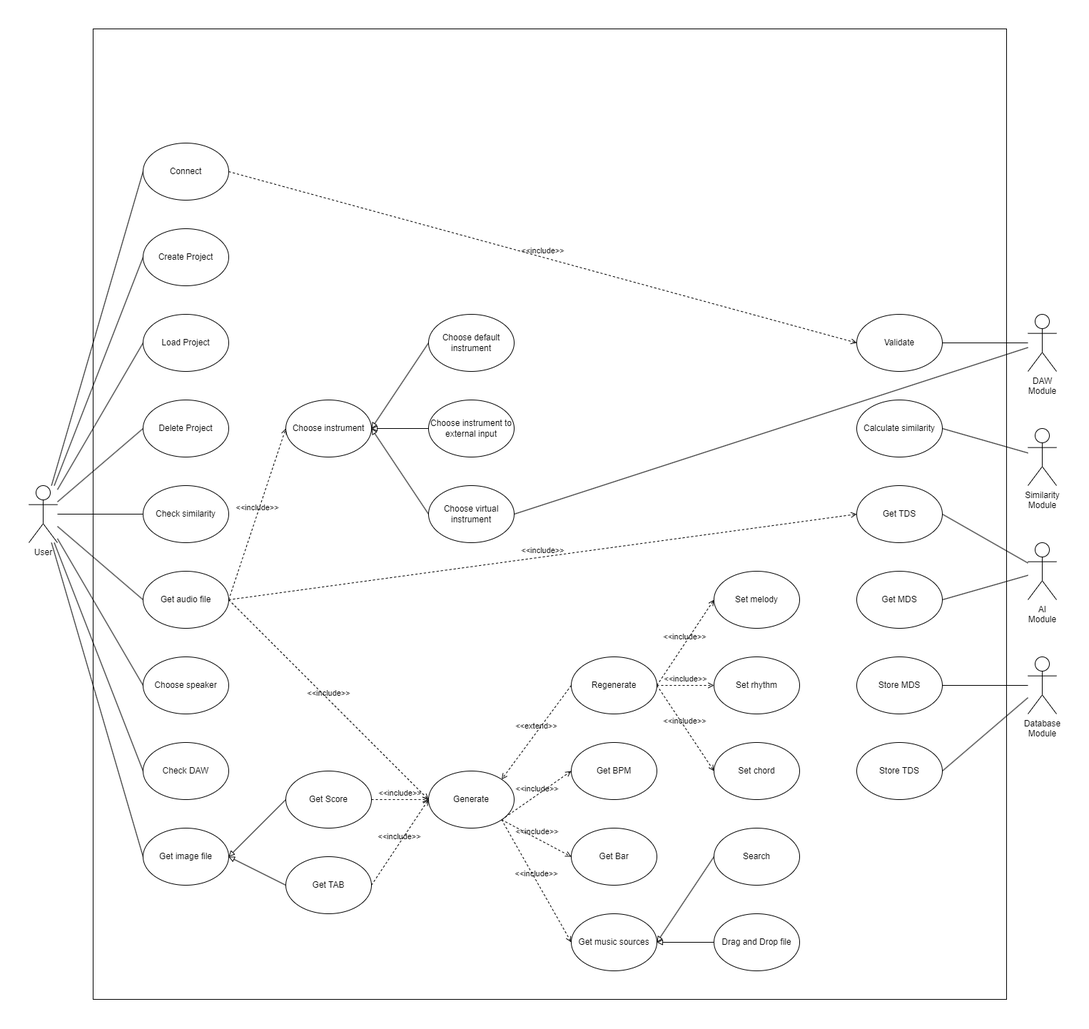
The draw.io diagram UsecaseDiagram.png in yuz95a/yuz95a.github.io, before a commit. Source tidied: cells renumbered, new cells last; positions are measured from the earlier drawing's top-left corner, leaving out a move shared by most shapes.
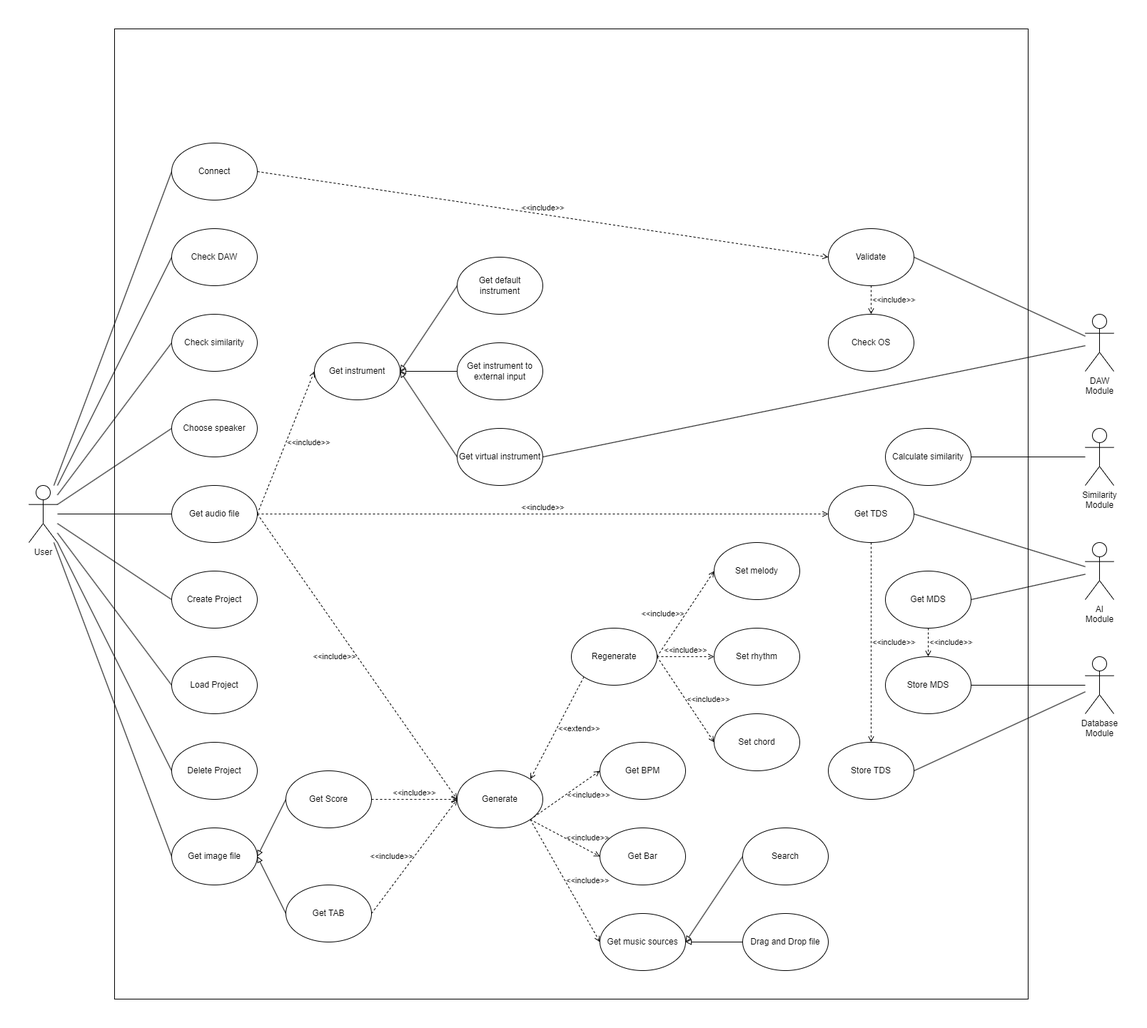
The same diagram one commit later.

What changed in the source:
```diff
@@ -5,6 +5,6 @@
     <mxCell id="2" value="User" style="shape=umlActor;verticalLabelPosition=bottom;verticalAlign=top;html=1;outlineConnect=0;" parent="1" vertex="1">
-      <mxGeometry y="640" width="40" height="80" as="geometry" />
+      <mxGeometry x="-40" y="640" width="40" height="80" as="geometry" />
     </mxCell>
     <mxCell id="3" style="rounded=0;whiteSpace=wrap;html=1;fillColor=none;" parent="1" vertex="1">
-      <mxGeometry x="90" width="1280" height="1360" as="geometry" />
+      <mxGeometry x="80" width="1280" height="1360" as="geometry" />
     </mxCell>
@@ -13,4 +13,7 @@
     </mxCell>
+    <mxCell id="75" value="&amp;lt;&amp;lt;include&amp;gt;&amp;gt;" style="rounded=0;jettySize=auto;html=1;exitX=0.5;exitY=1;exitDx=0;exitDy=0;entryX=0.5;entryY=0;entryDx=0;entryDy=0;endArrow=open;endFill=0;dashed=1;labelBackgroundColor=none;verticalAlign=middle;labelPosition=right;verticalLabelPosition=middle;align=left;" parent="1" edge="1" source="5" target="78">
+      <mxGeometry relative="1" as="geometry" />
+    </mxCell>
     <mxCell id="5" value="Validate" style="ellipse;whiteSpace=wrap;html=1;" parent="1" vertex="1">
-      <mxGeometry x="1160" y="400" width="120" height="80" as="geometry" />
+      <mxGeometry x="1080" y="280" width="120" height="80" as="geometry" />
     </mxCell>
@@ -20,3 +23,3 @@
     <mxCell id="7" value="Calculate similarity" style="ellipse;whiteSpace=wrap;html=1;" parent="1" vertex="1">
-      <mxGeometry x="1160" y="520" width="120" height="80" as="geometry" />
+      <mxGeometry x="1160" y="560" width="120" height="80" as="geometry" />
     </mxCell>
@@ -26,3 +29,3 @@
     <mxCell id="9" value="Create Project" style="ellipse;whiteSpace=wrap;html=1;" parent="1" vertex="1">
-      <mxGeometry x="160" y="280" width="120" height="80" as="geometry" />
+      <mxGeometry x="160" y="760" width="120" height="80" as="geometry" />
     </mxCell>
@@ -32,11 +35,11 @@
     <mxCell id="11" value="Load Project" style="ellipse;whiteSpace=wrap;html=1;" parent="1" vertex="1">
-      <mxGeometry x="160" y="400" width="120" height="80" as="geometry" />
+      <mxGeometry x="160" y="880" width="120" height="80" as="geometry" />
     </mxCell>
-    <mxCell id="12" value="&amp;lt;&amp;lt;include&amp;gt;&amp;gt;" style="rounded=0;jettySize=auto;html=1;exitX=1;exitY=1;exitDx=0;exitDy=0;entryX=0;entryY=0.5;entryDx=0;entryDy=0;dashed=1;endArrow=open;endFill=0;labelBackgroundColor=none;verticalAlign=bottom;" parent="1" edge="1" source="15" target="21">
+    <mxCell id="12" value="&amp;lt;&amp;lt;include&amp;gt;&amp;gt;" style="rounded=0;jettySize=auto;html=1;exitX=1;exitY=1;exitDx=0;exitDy=0;entryX=0;entryY=0.5;entryDx=0;entryDy=0;dashed=1;endArrow=open;endFill=0;labelBackgroundColor=none;verticalAlign=middle;labelPosition=right;verticalLabelPosition=middle;align=left;" parent="1" edge="1" source="15" target="21">
       <mxGeometry relative="1" as="geometry" />
     </mxCell>
-    <mxCell id="13" value="&amp;lt;&amp;lt;include&amp;gt;&amp;gt;" style="rounded=0;jettySize=auto;html=1;exitX=1;exitY=1;exitDx=0;exitDy=0;entryX=0;entryY=0.5;entryDx=0;entryDy=0;dashed=1;endArrow=open;endFill=0;labelBackgroundColor=none;verticalAlign=bottom;" parent="1" edge="1" source="15" target="51">
+    <mxCell id="13" value="&amp;lt;&amp;lt;include&amp;gt;&amp;gt;" style="rounded=0;jettySize=auto;html=1;exitX=1;exitY=1;exitDx=0;exitDy=0;entryX=0;entryY=0.5;entryDx=0;entryDy=0;dashed=1;endArrow=open;endFill=0;labelBackgroundColor=none;verticalAlign=middle;labelPosition=right;verticalLabelPosition=middle;align=left;" parent="1" edge="1" source="15" target="51">
       <mxGeometry relative="1" as="geometry" />
     </mxCell>
-    <mxCell id="14" value="&amp;lt;&amp;lt;include&amp;gt;&amp;gt;" style="rounded=0;jettySize=auto;html=1;exitX=1;exitY=1;exitDx=0;exitDy=0;entryX=0;entryY=0.5;entryDx=0;entryDy=0;dashed=1;endArrow=open;endFill=0;labelBackgroundColor=none;verticalAlign=bottom;" parent="1" edge="1" source="15" target="52">
+    <mxCell id="14" value="&amp;lt;&amp;lt;include&amp;gt;&amp;gt;" style="rounded=0;jettySize=auto;html=1;exitX=1;exitY=1;exitDx=0;exitDy=0;entryX=0;entryY=0.5;entryDx=0;entryDy=0;dashed=1;endArrow=open;endFill=0;labelBackgroundColor=none;verticalAlign=middle;labelPosition=right;verticalLabelPosition=middle;align=left;" parent="1" edge="1" source="15" target="52">
       <mxGeometry relative="1" as="geometry" />
@@ -46,6 +49,6 @@
     </mxCell>
-    <mxCell id="16" value="&amp;lt;&amp;lt;extend&amp;gt;&amp;gt;" style="rounded=0;jettySize=auto;html=1;exitX=0;exitY=0.5;exitDx=0;exitDy=0;entryX=1;entryY=0;entryDx=0;entryDy=0;dashed=1;endArrow=open;endFill=0;labelBackgroundColor=none;verticalAlign=bottom;" parent="1" edge="1" source="20" target="15">
+    <mxCell id="16" value="&amp;lt;&amp;lt;extend&amp;gt;&amp;gt;" style="rounded=0;jettySize=auto;html=1;exitX=0;exitY=1;exitDx=0;exitDy=0;entryX=1;entryY=0;entryDx=0;entryDy=0;dashed=1;endArrow=open;endFill=0;labelBackgroundColor=none;verticalAlign=middle;labelPosition=right;verticalLabelPosition=middle;align=left;" parent="1" edge="1" source="20" target="15">
       <mxGeometry relative="1" as="geometry" />
     </mxCell>
-    <mxCell id="17" value="&amp;lt;&amp;lt;include&amp;gt;&amp;gt;" style="rounded=0;jettySize=auto;html=1;exitX=1;exitY=0.5;exitDx=0;exitDy=0;entryX=0;entryY=0.5;entryDx=0;entryDy=0;verticalAlign=bottom;labelBackgroundColor=none;endArrow=open;endFill=0;dashed=1;" parent="1" edge="1" source="20" target="43">
+    <mxCell id="17" value="&amp;lt;&amp;lt;include&amp;gt;&amp;gt;" style="rounded=0;jettySize=auto;html=1;exitX=1;exitY=0.5;exitDx=0;exitDy=0;entryX=0;entryY=0.5;entryDx=0;entryDy=0;verticalAlign=middle;labelBackgroundColor=none;endArrow=open;endFill=0;dashed=1;labelPosition=right;verticalLabelPosition=middle;align=left;" parent="1" edge="1" source="20" target="43">
       <mxGeometry relative="1" as="geometry" />
@@ -55,3 +58,3 @@
     </mxCell>
-    <mxCell id="19" value="&amp;lt;&amp;lt;include&amp;gt;&amp;gt;" style="rounded=0;jettySize=auto;html=1;exitX=1;exitY=0.5;exitDx=0;exitDy=0;entryX=0;entryY=0.5;entryDx=0;entryDy=0;verticalAlign=bottom;labelBackgroundColor=none;endArrow=open;endFill=0;dashed=1;" parent="1" edge="1" source="20" target="42">
+    <mxCell id="19" value="&amp;lt;&amp;lt;include&amp;gt;&amp;gt;" style="rounded=0;jettySize=auto;html=1;exitX=1;exitY=0.5;exitDx=0;exitDy=0;entryX=0;entryY=0.5;entryDx=0;entryDy=0;verticalAlign=middle;labelBackgroundColor=none;endArrow=open;endFill=0;dashed=1;labelPosition=left;verticalLabelPosition=middle;align=right;" parent="1" edge="1" source="20" target="42">
       <mxGeometry relative="1" as="geometry" />
@@ -59,3 +62,3 @@
     <mxCell id="20" value="Regenerate" style="ellipse;whiteSpace=wrap;html=1;" parent="1" vertex="1">
-      <mxGeometry x="760" y="880" width="120" height="80" as="geometry" />
+      <mxGeometry x="720" y="840" width="120" height="80" as="geometry" />
     </mxCell>
@@ -64,4 +67,4 @@
     </mxCell>
-    <mxCell id="22" value="Choose instrument" style="ellipse;whiteSpace=wrap;html=1;" parent="1" vertex="1">
-      <mxGeometry x="360" y="520" width="120" height="80" as="geometry" />
+    <mxCell id="22" value="Get instrument" style="ellipse;whiteSpace=wrap;html=1;" parent="1" vertex="1">
+      <mxGeometry x="360" y="440" width="120" height="80" as="geometry" />
     </mxCell>
@@ -73,4 +76,4 @@
     </mxCell>
-    <mxCell id="25" value="Choose virtual instrument" style="ellipse;whiteSpace=wrap;html=1;" parent="1" vertex="1">
-      <mxGeometry x="560" y="640" width="120" height="80" as="geometry" />
+    <mxCell id="25" value="Get virtual instrument" style="ellipse;whiteSpace=wrap;html=1;" parent="1" vertex="1">
+      <mxGeometry x="560" y="560" width="120" height="80" as="geometry" />
     </mxCell>
@@ -79,4 +82,4 @@
     </mxCell>
-    <mxCell id="27" value="Choose default instrument" style="ellipse;whiteSpace=wrap;html=1;" parent="1" vertex="1">
-      <mxGeometry x="560" y="400" width="120" height="80" as="geometry" />
+    <mxCell id="27" value="Get default instrument" style="ellipse;whiteSpace=wrap;html=1;" parent="1" vertex="1">
+      <mxGeometry x="560" y="320" width="120" height="80" as="geometry" />
     </mxCell>
@@ -85,4 +88,4 @@
     </mxCell>
-    <mxCell id="29" value="Choose instrument to external input" style="ellipse;whiteSpace=wrap;html=1;" parent="1" vertex="1">
-      <mxGeometry x="560" y="520" width="120" height="80" as="geometry" />
+    <mxCell id="29" value="Get instrument to external input" style="ellipse;whiteSpace=wrap;html=1;" parent="1" vertex="1">
+      <mxGeometry x="560" y="440" width="120" height="80" as="geometry" />
     </mxCell>
@@ -97,3 +100,3 @@
     </mxCell>
-    <mxCell id="33" value="&amp;lt;&amp;lt;include&amp;gt;&amp;gt;" style="rounded=0;jettySize=auto;html=1;exitX=1;exitY=0.5;exitDx=0;exitDy=0;entryX=0;entryY=0.5;entryDx=0;entryDy=0;dashed=1;endArrow=open;endFill=0;labelBackgroundColor=none;verticalAlign=bottom;" parent="1" edge="1" source="34" target="15">
+    <mxCell id="33" value="&amp;lt;&amp;lt;include&amp;gt;&amp;gt;" style="rounded=0;jettySize=auto;html=1;exitX=1;exitY=0.5;exitDx=0;exitDy=0;entryX=0;entryY=0.5;entryDx=0;entryDy=0;dashed=1;endArrow=open;endFill=0;labelBackgroundColor=none;verticalAlign=middle;labelPosition=left;verticalLabelPosition=middle;align=right;" parent="1" edge="1" source="34" target="15">
       <mxGeometry relative="1" as="geometry" />
@@ -101,3 +104,3 @@
     <mxCell id="34" value="Get TAB" style="ellipse;whiteSpace=wrap;html=1;" parent="1" vertex="1">
-      <mxGeometry x="360" y="1160" width="120" height="80" as="geometry" />
+      <mxGeometry x="320" y="1200" width="120" height="80" as="geometry" />
     </mxCell>
@@ -110,3 +113,3 @@
     <mxCell id="37" value="Get Score" style="ellipse;whiteSpace=wrap;html=1;" parent="1" vertex="1">
-      <mxGeometry x="360" y="1040" width="120" height="80" as="geometry" />
+      <mxGeometry x="320" y="1040" width="120" height="80" as="geometry" />
     </mxCell>
@@ -122,9 +125,9 @@
     <mxCell id="41" value="Set rhythm" style="ellipse;whiteSpace=wrap;html=1;" parent="1" vertex="1">
-      <mxGeometry x="960" y="880" width="120" height="80" as="geometry" />
+      <mxGeometry x="920" y="840" width="120" height="80" as="geometry" />
     </mxCell>
     <mxCell id="42" value="Set melody" style="ellipse;whiteSpace=wrap;html=1;" parent="1" vertex="1">
-      <mxGeometry x="960" y="760" width="120" height="80" as="geometry" />
+      <mxGeometry x="920" y="720" width="120" height="80" as="geometry" />
     </mxCell>
     <mxCell id="43" value="Set chord" style="ellipse;whiteSpace=wrap;html=1;" parent="1" vertex="1">
-      <mxGeometry x="960" y="1000" width="120" height="80" as="geometry" />
+      <mxGeometry x="920" y="960" width="120" height="80" as="geometry" />
     </mxCell>
@@ -133,3 +136,3 @@
     </mxCell>
-    <mxCell id="45" value="&amp;lt;&amp;lt;include&amp;gt;&amp;gt;" style="rounded=0;jettySize=auto;html=1;exitX=1;exitY=0.5;exitDx=0;exitDy=0;entryX=0;entryY=0.5;entryDx=0;entryDy=0;endArrow=open;endFill=0;dashed=1;verticalAlign=bottom;labelBackgroundColor=none;" parent="1" edge="1" source="48" target="22">
+    <mxCell id="45" value="&amp;lt;&amp;lt;include&amp;gt;&amp;gt;" style="rounded=0;jettySize=auto;html=1;exitX=1;exitY=0.5;exitDx=0;exitDy=0;entryX=0;entryY=0.5;entryDx=0;entryDy=0;endArrow=open;endFill=0;dashed=1;verticalAlign=middle;labelBackgroundColor=none;labelPosition=right;verticalLabelPosition=middle;align=left;" parent="1" edge="1" source="48" target="22">
       <mxGeometry relative="1" as="geometry" />
@@ -139,3 +142,3 @@
     </mxCell>
-    <mxCell id="47" value="&amp;lt;&amp;lt;include&amp;gt;&amp;gt;" style="rounded=0;jettySize=auto;html=1;exitX=1;exitY=0.5;exitDx=0;exitDy=0;entryX=0;entryY=0.5;entryDx=0;entryDy=0;dashed=1;endArrow=open;endFill=0;labelBackgroundColor=none;verticalAlign=bottom;" parent="1" edge="1" source="48" target="15">
+    <mxCell id="47" value="&amp;lt;&amp;lt;include&amp;gt;&amp;gt;" style="rounded=0;jettySize=auto;html=1;exitX=1;exitY=0.5;exitDx=0;exitDy=0;entryX=0;entryY=0.5;entryDx=0;entryDy=0;dashed=1;endArrow=open;endFill=0;labelBackgroundColor=none;verticalAlign=middle;labelPosition=left;verticalLabelPosition=middle;align=right;" parent="1" edge="1" source="48" target="15">
       <mxGeometry relative="1" as="geometry" />
@@ -143,3 +146,3 @@
     <mxCell id="48" value="Get audio file" style="ellipse;whiteSpace=wrap;html=1;" parent="1" vertex="1">
-      <mxGeometry x="160" y="760" width="120" height="80" as="geometry" />
+      <mxGeometry x="160" y="640" width="120" height="80" as="geometry" />
     </mxCell>
@@ -149,3 +152,3 @@
     <mxCell id="50" value="Delete Project" style="ellipse;whiteSpace=wrap;html=1;" parent="1" vertex="1">
-      <mxGeometry x="160" y="520" width="120" height="80" as="geometry" />
+      <mxGeometry x="160" y="1000" width="120" height="80" as="geometry" />
     </mxCell>
@@ -161,3 +164,3 @@
     <mxCell id="54" value="Choose speaker" style="ellipse;whiteSpace=wrap;html=1;" parent="1" vertex="1">
-      <mxGeometry x="160" y="880" width="120" height="80" as="geometry" />
+      <mxGeometry x="160" y="520" width="120" height="80" as="geometry" />
     </mxCell>
@@ -167,3 +170,3 @@
     <mxCell id="56" value="Check DAW" style="ellipse;whiteSpace=wrap;html=1;" parent="1" vertex="1">
-      <mxGeometry x="160" y="1000" width="120" height="80" as="geometry" />
+      <mxGeometry x="160" y="280" width="120" height="80" as="geometry" />
     </mxCell>
@@ -182,12 +185,12 @@
     <mxCell id="61" value="AI&lt;div&gt;Module&lt;/div&gt;" style="shape=umlActor;verticalLabelPosition=bottom;verticalAlign=top;html=1;outlineConnect=0;" parent="1" vertex="1">
-      <mxGeometry x="1400" y="720" width="40" height="80" as="geometry" />
+      <mxGeometry x="1440" y="720" width="40" height="80" as="geometry" />
     </mxCell>
     <mxCell id="62" value="Database&lt;div&gt;Module&lt;/div&gt;" style="shape=umlActor;verticalLabelPosition=bottom;verticalAlign=top;html=1;outlineConnect=0;" parent="1" vertex="1">
-      <mxGeometry x="1400" y="880" width="40" height="80" as="geometry" />
+      <mxGeometry x="1440" y="880" width="40" height="80" as="geometry" />
     </mxCell>
     <mxCell id="63" value="DAW&lt;div&gt;Module&lt;/div&gt;" style="shape=umlActor;verticalLabelPosition=bottom;verticalAlign=top;html=1;outlineConnect=0;" parent="1" vertex="1">
-      <mxGeometry x="1400" y="400" width="40" height="80" as="geometry" />
+      <mxGeometry x="1440" y="400" width="40" height="80" as="geometry" />
     </mxCell>
     <mxCell id="64" value="Similarity&lt;div&gt;Module&lt;/div&gt;" style="shape=umlActor;verticalLabelPosition=bottom;verticalAlign=top;html=1;outlineConnect=0;" parent="1" vertex="1">
-      <mxGeometry x="1400" y="560" width="40" height="80" as="geometry" />
+      <mxGeometry x="1440" y="560" width="40" height="80" as="geometry" />
     </mxCell>
@@ -196,2 +199,5 @@
     </mxCell>
+    <mxCell id="76" value="&amp;lt;&amp;lt;include&amp;gt;&amp;gt;" style="rounded=0;jettySize=auto;html=1;exitX=0.5;exitY=1;exitDx=0;exitDy=0;entryX=0.5;entryY=0;entryDx=0;entryDy=0;dashed=1;endArrow=open;endFill=0;labelPosition=right;verticalLabelPosition=middle;align=left;verticalAlign=middle;labelBackgroundColor=none;" parent="1" edge="1" source="66" target="72">
+      <mxGeometry relative="1" as="geometry" />
+    </mxCell>
     <mxCell id="66" value="Get MDS" style="ellipse;whiteSpace=wrap;html=1;" parent="1" vertex="1">
@@ -202,4 +208,7 @@
     </mxCell>
+    <mxCell id="77" value="&amp;lt;&amp;lt;include&amp;gt;&amp;gt;" style="rounded=0;jettySize=auto;html=1;exitX=0.5;exitY=1;exitDx=0;exitDy=0;entryX=0.5;entryY=0;entryDx=0;entryDy=0;dashed=1;endArrow=open;endFill=0;labelPosition=right;verticalLabelPosition=middle;align=left;verticalAlign=middle;labelBackgroundColor=none;" parent="1" edge="1" source="68" target="70">
+      <mxGeometry relative="1" as="geometry" />
+    </mxCell>
     <mxCell id="68" value="Get TDS" style="ellipse;whiteSpace=wrap;html=1;" parent="1" vertex="1">
-      <mxGeometry x="1160" y="640" width="120" height="80" as="geometry" />
+      <mxGeometry x="1080" y="640" width="120" height="80" as="geometry" />
     </mxCell>
@@ -209,3 +218,3 @@
     <mxCell id="70" value="Store TDS" style="ellipse;whiteSpace=wrap;html=1;" parent="1" vertex="1">
-      <mxGeometry x="1160" y="1000" width="120" height="80" as="geometry" />
+      <mxGeometry x="1080" y="1000" width="120" height="80" as="geometry" />
     </mxCell>
@@ -221,4 +230,7 @@
     <mxCell id="74" value="Check similarity" style="ellipse;whiteSpace=wrap;html=1;" parent="1" vertex="1">
-      <mxGeometry x="160" y="640" width="120" height="80" as="geometry" />
+      <mxGeometry x="160" y="400" width="120" height="80" as="geometry" />
     </mxCell>
+    <mxCell id="78" value="Check OS" style="ellipse;whiteSpace=wrap;html=1;" parent="1" vertex="1">
+      <mxGeometry x="1080" y="400" width="120" height="80" as="geometry" />
+    </mxCell>
   </root>
```
